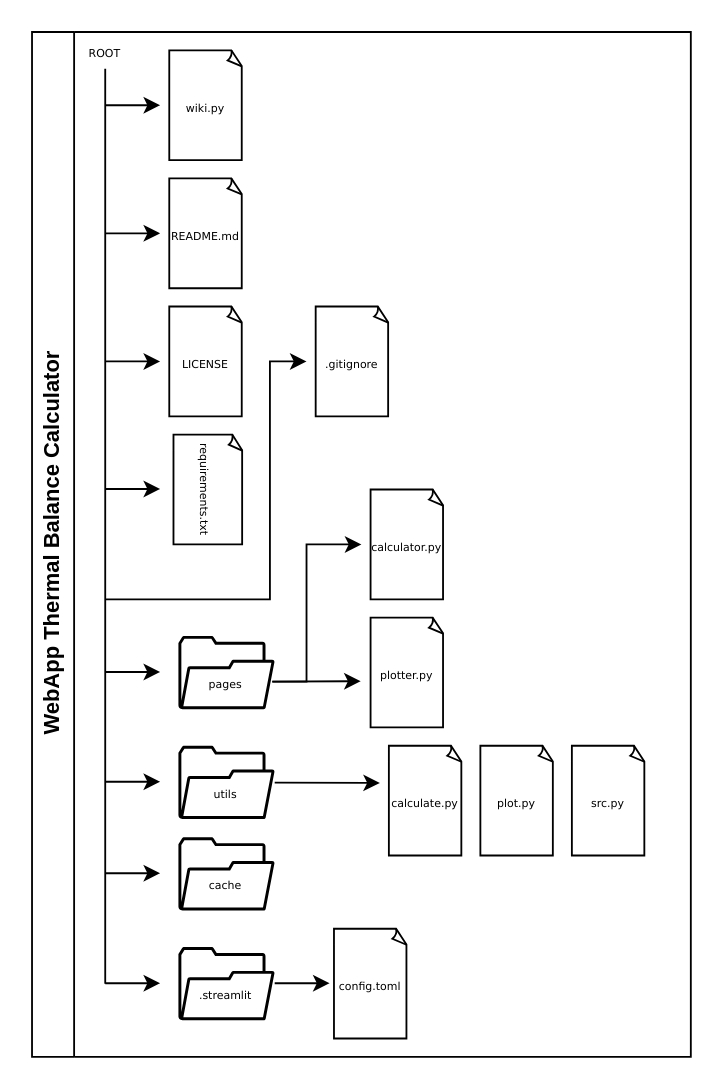
Above: docs/Arquitetura_webapp_TBC.drawio in Zac-Milioli/Thermal-Balance-Calculator-APP (draw.io), before the change. Source tidied: cells renumbered, new cells numbered last; positions are measured from the earlier drawing's top-left corner, leaving out a move shared by most shapes. Both pictures are drawn from the tidied source at 183%, with x=0, y=0 at pixel (31, 31).
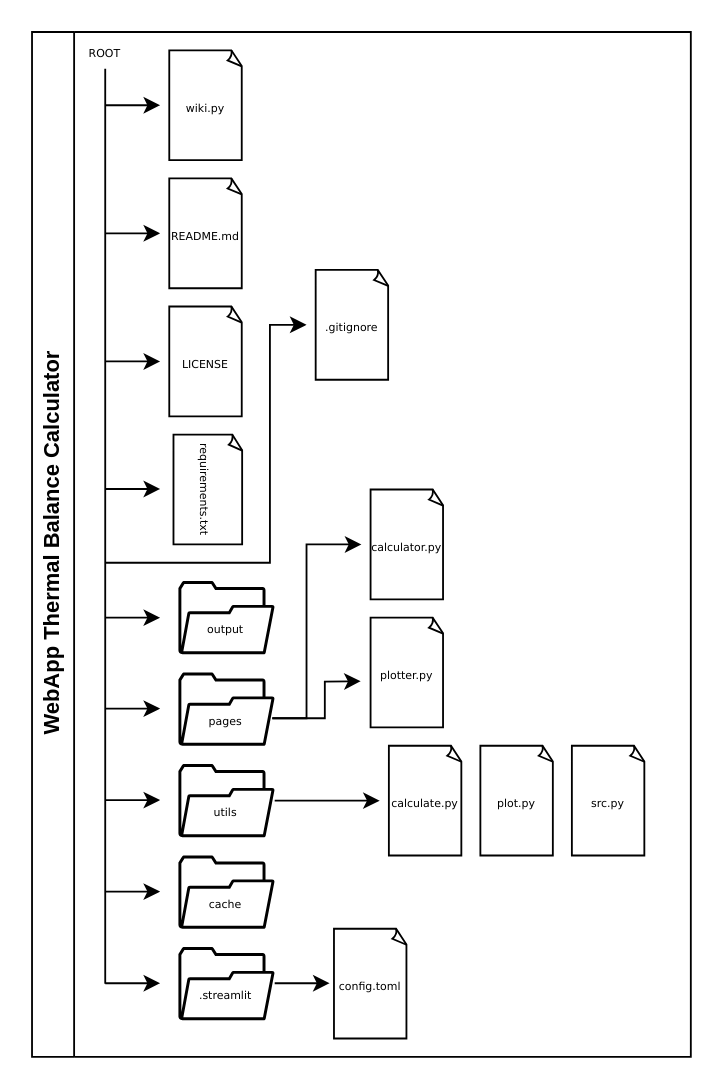
The same page after the edit.

Unchanged cells that the change refers to:
```xml
<mxCell id="2" value="WebApp Thermal Balance Calculator" style="swimlane;horizontal=0;whiteSpace=wrap;html=1;" parent="1" vertex="1">
  <mxGeometry width="360" height="560" as="geometry" />
</mxCell>
<mxCell id="14" value="&lt;font style=&quot;font-size: 6px;&quot; face=&quot;Verdana&quot;&gt;pages&lt;/font&gt;" style="text;strokeColor=none;align=center;fillColor=none;html=1;verticalAlign=middle;whiteSpace=wrap;rounded=0;" parent="12" vertex="1">
  <mxGeometry x="1.3" y="10" width="50" height="30" as="geometry" />
</mxCell>
<mxCell id="21" value="&lt;font face=&quot;Verdana&quot;&gt;&lt;span style=&quot;font-size: 6px;&quot;&gt;calculator.py&lt;/span&gt;&lt;/font&gt;" style="text;strokeColor=none;align=center;fillColor=none;html=1;verticalAlign=middle;whiteSpace=wrap;rounded=0;" parent="19" vertex="1">
  <mxGeometry y="15" width="50" height="30" as="geometry" />
</mxCell>
<mxCell id="24" value="&lt;font face=&quot;Verdana&quot;&gt;&lt;span style=&quot;font-size: 6px;&quot;&gt;plotter.py&lt;/span&gt;&lt;/font&gt;" style="text;strokeColor=none;align=center;fillColor=none;html=1;verticalAlign=middle;whiteSpace=wrap;rounded=0;" parent="22" vertex="1">
  <mxGeometry y="15" width="50" height="30" as="geometry" />
</mxCell>
<mxCell id="27" style="sketch=0;shadow=0;dashed=0;html=1;strokeColor=none;fillColor=#000000;labelPosition=center;verticalLabelPosition=bottom;verticalAlign=top;align=center;outlineConnect=0;shape=mxgraph.vvd.folder;fontFamily=Helvetica;fontSize=11;fontColor=default;labelBackgroundColor=default;" parent="26" vertex="1">
  <mxGeometry width="52.6" height="40" as="geometry" />
</mxCell>
<mxCell id="32" value="&lt;font face=&quot;Verdana&quot;&gt;&lt;span style=&quot;font-size: 6px;&quot;&gt;calculate.py&lt;/span&gt;&lt;/font&gt;" style="text;strokeColor=none;align=center;fillColor=none;html=1;verticalAlign=middle;whiteSpace=wrap;rounded=0;" parent="30" vertex="1">
  <mxGeometry y="15" width="50" height="30" as="geometry" />
</mxCell>
<mxCell id="55" value="&lt;font style=&quot;font-size: 6px;&quot; face=&quot;Verdana&quot;&gt;.gitignore&lt;/font&gt;" style="text;strokeColor=none;align=center;fillColor=none;html=1;verticalAlign=middle;whiteSpace=wrap;rounded=0;" parent="53" vertex="1">
  <mxGeometry y="15" width="50" height="30" as="geometry" />
</mxCell>
```

What changed in the source:
```diff
@@
     <mxCell id="12" style="group;" parent="2" vertex="1">
-      <mxGeometry x="80" y="330" width="52.6" height="40" as="geometry" />
+      <mxGeometry x="80" y="350" width="52.6" height="40" as="geometry" />
     </mxCell>
@@
     <mxCell id="15" style="endArrow=classic;html=1;rounded=0;shadow=0;comic=0;strokeColor=default;align=center;verticalAlign=middle;fontFamily=Helvetica;fontSize=11;fontColor=default;labelBackgroundColor=default;flowAnimation=0;" parent="2" edge="1">
       <mxGeometry relative="1" as="geometry">
-        <mxPoint x="40" y="349.7" as="sourcePoint" />
-        <mxPoint x="70" y="349.7" as="targetPoint" />
+        <mxPoint x="40" y="369.7" as="sourcePoint" />
+        <mxPoint x="70" y="369.7" as="targetPoint" />
       </mxGeometry>
     </mxCell>
@@
     <mxCell id="25" style="edgeStyle=none;rounded=0;comic=0;jettySize=auto;html=1;exitX=1;exitY=0.5;exitDx=0;exitDy=0;entryX=-0.008;entryY=0.658;entryDx=0;entryDy=0;shadow=0;strokeColor=default;align=center;verticalAlign=middle;fontFamily=Helvetica;fontSize=11;fontColor=default;labelBackgroundColor=default;startFill=0;endArrow=classic;endFill=1;flowAnimation=0;entryPerimeter=0;" parent="2" edge="1" source="14" target="24">
-      <mxGeometry relative="1" as="geometry" />
+      <mxGeometry relative="1" as="geometry">
+        <Array as="points">
+          <mxPoint x="160" y="375" />
+          <mxPoint x="160" y="355" />
+        </Array>
+      </mxGeometry>
     </mxCell>
     <mxCell id="26" style="group;" parent="2" vertex="1">
-      <mxGeometry x="80" y="390" width="52.6" height="40" as="geometry" />
+      <mxGeometry x="80" y="400" width="52.6" height="40" as="geometry" />
     </mxCell>
@@
     <mxCell id="29" style="endArrow=classic;html=1;rounded=0;shadow=0;comic=0;strokeColor=default;align=center;verticalAlign=middle;fontFamily=Helvetica;fontSize=11;fontColor=default;labelBackgroundColor=default;flowAnimation=0;" parent="2" edge="1">
       <mxGeometry relative="1" as="geometry">
-        <mxPoint x="40" y="409.7" as="sourcePoint" />
-        <mxPoint x="70" y="409.7" as="targetPoint" />
+        <mxPoint x="40" y="419.7" as="sourcePoint" />
+        <mxPoint x="70" y="419.7" as="targetPoint" />
       </mxGeometry>
     </mxCell>
@@
-    <mxCell id="36" style="edgeStyle=none;rounded=0;comic=0;jettySize=auto;html=1;entryX=0.002;entryY=0.179;entryDx=0;entryDy=0;shadow=0;strokeColor=default;align=center;verticalAlign=middle;fontFamily=Helvetica;fontSize=11;fontColor=default;labelBackgroundColor=default;startFill=0;endArrow=classic;endFill=1;flowAnimation=0;entryPerimeter=0;" parent="2" edge="1" source="27" target="32">
+    <mxCell id="36" style="edgeStyle=none;rounded=0;comic=0;jettySize=auto;html=1;entryX=0;entryY=0.5;entryDx=0;entryDy=0;shadow=0;strokeColor=default;align=center;verticalAlign=middle;fontFamily=Helvetica;fontSize=11;fontColor=default;labelBackgroundColor=default;startFill=0;endArrow=classic;endFill=1;flowAnimation=0;" parent="2" edge="1" source="27" target="32">
       <mxGeometry relative="1" as="geometry" />
     </mxCell>
     <mxCell id="37" style="group;" parent="2" vertex="1">
-      <mxGeometry x="80" y="440" width="52.6" height="40" as="geometry" />
+      <mxGeometry x="80" y="450" width="52.6" height="40" as="geometry" />
     </mxCell>
@@
     <mxCell id="40" style="endArrow=classic;html=1;rounded=0;shadow=0;comic=0;strokeColor=default;align=center;verticalAlign=middle;fontFamily=Helvetica;fontSize=11;fontColor=default;labelBackgroundColor=default;flowAnimation=0;" parent="2" edge="1">
       <mxGeometry relative="1" as="geometry">
-        <mxPoint x="40" y="459.7" as="sourcePoint" />
-        <mxPoint x="70" y="459.7" as="targetPoint" />
+        <mxPoint x="40" y="469.7" as="sourcePoint" />
+        <mxPoint x="70" y="469.7" as="targetPoint" />
       </mxGeometry>
     </mxCell>
@@
     <mxCell id="53" style="group;" parent="2" vertex="1">
-      <mxGeometry x="150" y="150" width="50" height="60" as="geometry" />
+      <mxGeometry x="150" y="130" width="50" height="60" as="geometry" />
     </mxCell>
@@
     <mxCell id="57" style="endArrow=classic;html=1;rounded=0;exitX=1;exitY=0.5;exitDx=0;exitDy=0;entryX=0;entryY=0.5;entryDx=0;entryDy=0;" parent="2" edge="1" source="14" target="21">
       <mxGeometry relative="1" as="geometry">
         <Array as="points">
-          <mxPoint x="150" y="355" />
+          <mxPoint x="150" y="375" />
           <mxPoint x="150" y="280" />
         </Array>
       </mxGeometry>
     </mxCell>
-    <mxCell id="58" style="endArrow=classic;html=1;rounded=0;entryX=0;entryY=0.5;entryDx=0;entryDy=0;" parent="2" edge="1" target="55">
+    <mxCell id="58" style="endArrow=classic;html=1;rounded=0;entryX=0;entryY=0.5;entryDx=0;entryDy=0;" parent="2" edge="1">
       <mxGeometry relative="1" as="geometry">
-        <mxPoint x="40" y="310" as="sourcePoint" />
+        <mxPoint x="40" y="290" as="sourcePoint" />
+        <mxPoint x="150" y="160" as="targetPoint" />
         <Array as="points">
-          <mxPoint x="130" y="310" />
-          <mxPoint x="130" y="180" />
+          <mxPoint x="130" y="290" />
+          <mxPoint x="130" y="160" />
         </Array>
       </mxGeometry>
     </mxCell>
@@
+    <mxCell id="63" style="group;" parent="2" vertex="1">
+      <mxGeometry x="80" y="300" width="52.6" height="40" as="geometry" />
+    </mxCell>
+    <mxCell id="64" style="sketch=0;shadow=0;dashed=0;html=1;strokeColor=none;fillColor=#000000;labelPosition=center;verticalLabelPosition=bottom;verticalAlign=top;align=center;shape=mxgraph.vvd.folder;fontFamily=Helvetica;fontSize=11;fontColor=default;labelBackgroundColor=default;" parent="63" vertex="1">
+      <mxGeometry width="52.6" height="40" as="geometry" />
+    </mxCell>
+    <mxCell id="65" value="&lt;font style=&quot;font-size: 6px;&quot; face=&quot;Verdana&quot;&gt;output&lt;/font&gt;" style="text;strokeColor=none;align=center;fillColor=none;html=1;verticalAlign=middle;whiteSpace=wrap;rounded=0;" parent="63" vertex="1">
+      <mxGeometry x="1.3" y="10" width="50" height="30" as="geometry" />
+    </mxCell>
+    <mxCell id="66" style="endArrow=classic;html=1;rounded=0;shadow=0;comic=0;strokeColor=default;align=center;verticalAlign=middle;fontFamily=Helvetica;fontSize=11;fontColor=default;labelBackgroundColor=default;flowAnimation=0;" parent="2" edge="1">
+      <mxGeometry relative="1" as="geometry">
+        <mxPoint x="40" y="320" as="sourcePoint" />
+        <mxPoint x="70" y="320" as="targetPoint" />
+      </mxGeometry>
+    </mxCell>
```
